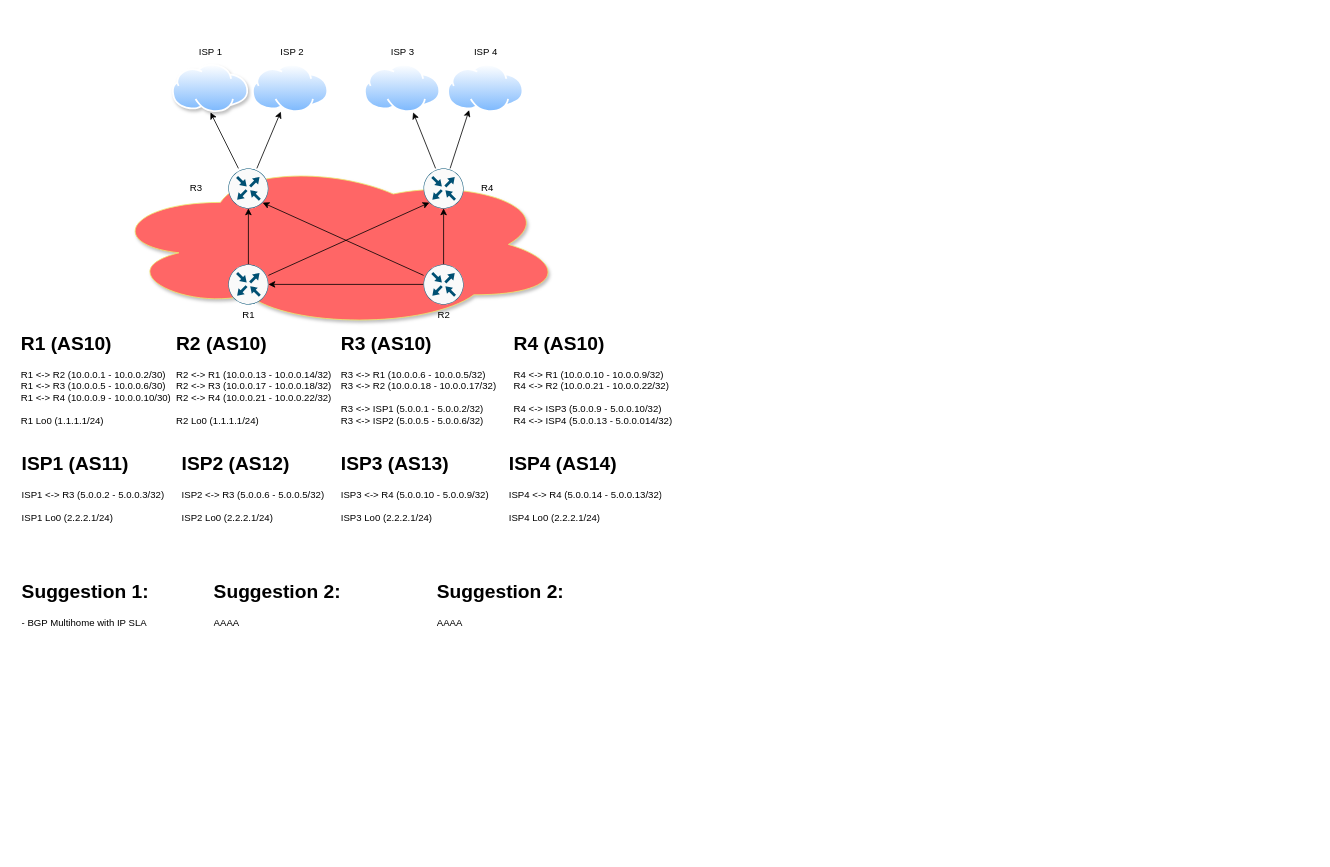
cianfi/solent_industrial_consulting keeps this draw.io diagram as runbook_POC.drawio. Above is the earlier version. Source tidied: cells renumbered, new cells numbered last; positions are measured from the earlier drawing's top-left corner, leaving out a move shared by most shapes. Both pictures are drawn from the tidied source at 80%, with x=0, y=0 at pixel (17, 40).
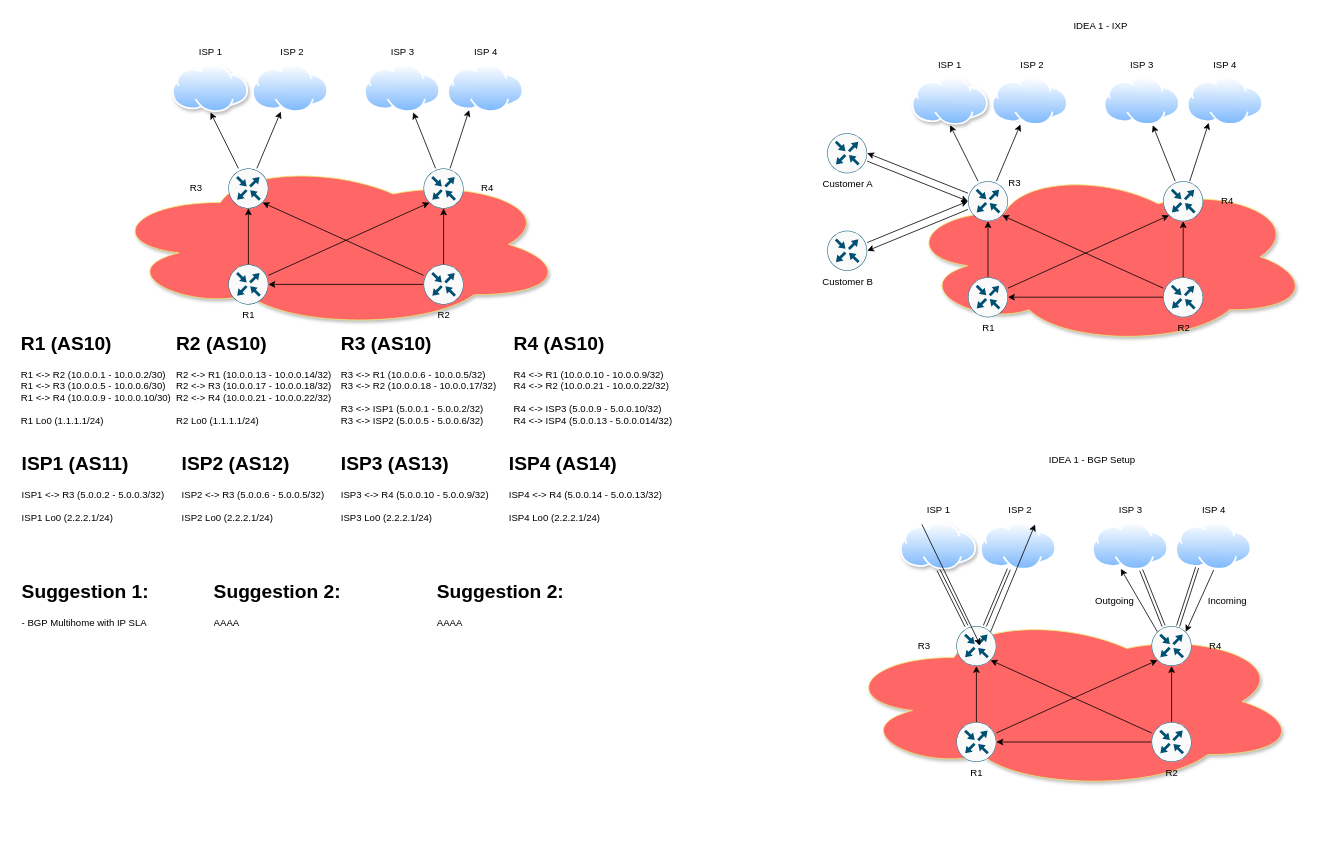
After the change.

Commit message (it also covers changes not shown here):
basic BGP cml instance

Change to the diagram source:
```diff
@@
+    <mxCell id="37" style="ellipse;shape=cloud;whiteSpace=wrap;html=1;shadow=1;strokeColor=#EDE96B;fillColor=#FF6666;" parent="1" vertex="1">
+      <mxGeometry x="1106.5" y="160" width="511" height="221" as="geometry" />
+    </mxCell>
@@
+    <mxCell id="38" style="edgeStyle=none;html=1;" parent="1" edge="1" source="42" target="44">
+      <mxGeometry relative="1" as="geometry" />
+    </mxCell>
+    <mxCell id="39" style="edgeStyle=none;html=1;entryX=0.5;entryY=1;entryDx=0;entryDy=0;" parent="1" edge="1" source="42" target="43">
+      <mxGeometry relative="1" as="geometry" />
+    </mxCell>
+    <mxCell id="40" style="edgeStyle=none;html=1;entryX=1;entryY=0.5;entryDx=0;entryDy=0;entryPerimeter=0;" parent="1" edge="1" source="42" target="90">
+      <mxGeometry relative="1" as="geometry" />
+    </mxCell>
+    <mxCell id="41" style="edgeStyle=none;html=1;entryX=1;entryY=0.5;entryDx=0;entryDy=0;entryPerimeter=0;" parent="1" edge="1" source="42" target="92">
+      <mxGeometry relative="1" as="geometry" />
+    </mxCell>
+    <mxCell id="42" style="sketch=0;points=[[0.5,0,0],[1,0.5,0],[0.5,1,0],[0,0.5,0],[0.145,0.145,0],[0.8555,0.145,0],[0.855,0.8555,0],[0.145,0.855,0]];verticalLabelPosition=bottom;html=1;verticalAlign=top;align=center;shape=mxgraph.cisco19.rect;prIcon=router;fillColor=#FAFAFA;strokeColor=#005073;" parent="1" vertex="1">
+      <mxGeometry x="1188.5" y="176" width="50" height="50" as="geometry" />
+    </mxCell>
+    <mxCell id="43" style="perimeter=ellipsePerimeter;html=1;align=center;shadow=1;dashed=0;spacingTop=3;image;image=img/lib/active_directory/internet_cloud.svg;fillColor=#1D030B;" parent="1" vertex="1">
+      <mxGeometry x="1118.5" y="46" width="95.2" height="60" as="geometry" />
+    </mxCell>
+    <mxCell id="44" style="perimeter=ellipsePerimeter;html=1;align=center;shadow=0;dashed=0;spacingTop=3;image;image=img/lib/active_directory/internet_cloud.svg;" parent="1" vertex="1">
+      <mxGeometry x="1218.5" y="46" width="95.2" height="60" as="geometry" />
+    </mxCell>
+    <mxCell id="45" style="perimeter=ellipsePerimeter;html=1;align=center;shadow=0;dashed=0;spacingTop=3;image;image=img/lib/active_directory/internet_cloud.svg;" parent="1" vertex="1">
+      <mxGeometry x="1358.5" y="46" width="95.2" height="60" as="geometry" />
+    </mxCell>
+    <mxCell id="46" style="perimeter=ellipsePerimeter;html=1;align=center;shadow=0;dashed=0;spacingTop=3;image;image=img/lib/active_directory/internet_cloud.svg;" parent="1" vertex="1">
+      <mxGeometry x="1462.5" y="46" width="95.2" height="60" as="geometry" />
+    </mxCell>
+    <mxCell id="47" style="edgeStyle=none;html=1;entryX=0.64;entryY=1;entryDx=0;entryDy=0;entryPerimeter=0;" parent="1" edge="1" source="49" target="45">
+      <mxGeometry relative="1" as="geometry" />
+    </mxCell>
+    <mxCell id="48" style="edgeStyle=none;html=1;entryX=0.25;entryY=1;entryDx=0;entryDy=0;" parent="1" edge="1" source="49" target="46">
+      <mxGeometry relative="1" as="geometry" />
+    </mxCell>
+    <mxCell id="49" style="sketch=0;points=[[0.5,0,0],[1,0.5,0],[0.5,1,0],[0,0.5,0],[0.145,0.145,0],[0.8555,0.145,0],[0.855,0.8555,0],[0.145,0.855,0]];verticalLabelPosition=bottom;html=1;verticalAlign=top;align=center;shape=mxgraph.cisco19.rect;prIcon=router;fillColor=#FAFAFA;strokeColor=#005073;" parent="1" vertex="1">
+      <mxGeometry x="1432.5" y="176" width="50" height="50" as="geometry" />
+    </mxCell>
+    <mxCell id="50" style="edgeStyle=none;html=1;" parent="1" edge="1" source="52" target="42">
+      <mxGeometry relative="1" as="geometry" />
+    </mxCell>
+    <mxCell id="51" style="edgeStyle=none;html=1;entryX=0.145;entryY=0.855;entryDx=0;entryDy=0;entryPerimeter=0;" parent="1" edge="1" source="52" target="49">
+      <mxGeometry relative="1" as="geometry" />
+    </mxCell>
+    <mxCell id="52" value="R1" style="sketch=0;points=[[0.5,0,0],[1,0.5,0],[0.5,1,0],[0,0.5,0],[0.145,0.145,0],[0.8555,0.145,0],[0.855,0.8555,0],[0.145,0.855,0]];verticalLabelPosition=bottom;html=1;verticalAlign=top;align=center;shape=mxgraph.cisco19.rect;prIcon=router;fillColor=#FAFAFA;strokeColor=#005073;" parent="1" vertex="1">
+      <mxGeometry x="1188.5" y="296" width="50" height="50" as="geometry" />
+    </mxCell>
+    <mxCell id="53" style="edgeStyle=none;html=1;" parent="1" edge="1" source="56" target="49">
+      <mxGeometry relative="1" as="geometry" />
+    </mxCell>
+    <mxCell id="54" style="edgeStyle=none;html=1;entryX=1;entryY=0.5;entryDx=0;entryDy=0;entryPerimeter=0;" parent="1" edge="1" source="56" target="52">
+      <mxGeometry relative="1" as="geometry" />
+    </mxCell>
+    <mxCell id="55" style="edgeStyle=none;html=1;entryX=0.855;entryY=0.8555;entryDx=0;entryDy=0;entryPerimeter=0;" parent="1" edge="1" source="56" target="42">
+      <mxGeometry relative="1" as="geometry" />
+    </mxCell>
+    <mxCell id="56" value="R2" style="sketch=0;points=[[0.5,0,0],[1,0.5,0],[0.5,1,0],[0,0.5,0],[0.145,0.145,0],[0.8555,0.145,0],[0.855,0.8555,0],[0.145,0.855,0]];verticalLabelPosition=bottom;html=1;verticalAlign=top;align=center;shape=mxgraph.cisco19.rect;prIcon=router;fillColor=#FAFAFA;strokeColor=#005073;" parent="1" vertex="1">
+      <mxGeometry x="1432.5" y="296" width="50" height="50" as="geometry" />
+    </mxCell>
+    <mxCell id="57" value="ISP 1&lt;br&gt;" style="text;html=1;strokeColor=none;fillColor=none;align=center;verticalAlign=middle;whiteSpace=wrap;rounded=0;" parent="1" vertex="1">
+      <mxGeometry x="1136.1" y="16" width="60" height="30" as="geometry" />
+    </mxCell>
+    <mxCell id="58" value="ISP 2" style="text;html=1;strokeColor=none;fillColor=none;align=center;verticalAlign=middle;whiteSpace=wrap;rounded=0;" parent="1" vertex="1">
+      <mxGeometry x="1238.5" y="16" width="60" height="30" as="geometry" />
+    </mxCell>
+    <mxCell id="59" value="ISP 3" style="text;html=1;strokeColor=none;fillColor=none;align=center;verticalAlign=middle;whiteSpace=wrap;rounded=0;" parent="1" vertex="1">
+      <mxGeometry x="1376.1" y="16" width="60" height="30" as="geometry" />
+    </mxCell>
+    <mxCell id="60" value="ISP 4" style="text;html=1;strokeColor=none;fillColor=none;align=center;verticalAlign=middle;whiteSpace=wrap;rounded=0;" parent="1" vertex="1">
+      <mxGeometry x="1480.1" y="16" width="60" height="30" as="geometry" />
+    </mxCell>
+    <mxCell id="61" value="R4" style="text;html=1;strokeColor=none;fillColor=none;align=center;verticalAlign=middle;whiteSpace=wrap;rounded=0;" parent="1" vertex="1">
+      <mxGeometry x="1482.5" y="186" width="60" height="30" as="geometry" />
+    </mxCell>
+    <mxCell id="62" value="R3" style="text;html=1;strokeColor=none;fillColor=none;align=center;verticalAlign=middle;whiteSpace=wrap;rounded=0;" parent="1" vertex="1">
+      <mxGeometry x="1217.1" y="163" width="60" height="30" as="geometry" />
+    </mxCell>
+    <mxCell id="63" style="ellipse;shape=cloud;whiteSpace=wrap;html=1;shadow=1;strokeColor=#EDE96B;fillColor=#FF6666;" parent="1" vertex="1">
+      <mxGeometry x="1027" y="716" width="576" height="221" as="geometry" />
+    </mxCell>
+    <mxCell id="64" style="edgeStyle=none;html=1;shape=link;" parent="1" edge="1" source="66" target="68">
+      <mxGeometry relative="1" as="geometry" />
+    </mxCell>
+    <mxCell id="65" style="edgeStyle=none;html=1;entryX=0.5;entryY=1;entryDx=0;entryDy=0;shape=link;" parent="1" edge="1" source="66" target="67">
+      <mxGeometry relative="1" as="geometry" />
+    </mxCell>
+    <mxCell id="66" style="sketch=0;points=[[0.5,0,0],[1,0.5,0],[0.5,1,0],[0,0.5,0],[0.145,0.145,0],[0.8555,0.145,0],[0.855,0.8555,0],[0.145,0.855,0]];verticalLabelPosition=bottom;html=1;verticalAlign=top;align=center;shape=mxgraph.cisco19.rect;prIcon=router;fillColor=#FAFAFA;strokeColor=#005073;" parent="1" vertex="1">
+      <mxGeometry x="1174" y="732" width="50" height="50" as="geometry" />
+    </mxCell>
+    <mxCell id="67" style="perimeter=ellipsePerimeter;html=1;align=center;shadow=1;dashed=0;spacingTop=3;image;image=img/lib/active_directory/internet_cloud.svg;fillColor=#1D030B;" parent="1" vertex="1">
+      <mxGeometry x="1104" y="602" width="95.2" height="60" as="geometry" />
+    </mxCell>
+    <mxCell id="68" style="perimeter=ellipsePerimeter;html=1;align=center;shadow=0;dashed=0;spacingTop=3;image;image=img/lib/active_directory/internet_cloud.svg;" parent="1" vertex="1">
+      <mxGeometry x="1204" y="602" width="95.2" height="60" as="geometry" />
+    </mxCell>
+    <mxCell id="69" style="perimeter=ellipsePerimeter;html=1;align=center;shadow=0;dashed=0;spacingTop=3;image;image=img/lib/active_directory/internet_cloud.svg;" parent="1" vertex="1">
+      <mxGeometry x="1344" y="602" width="95.2" height="60" as="geometry" />
+    </mxCell>
+    <mxCell id="70" style="edgeStyle=none;html=1;exitX=0.5;exitY=1;exitDx=0;exitDy=0;entryX=0.8555;entryY=0.145;entryDx=0;entryDy=0;entryPerimeter=0;" parent="1" edge="1" source="71" target="75">
+      <mxGeometry relative="1" as="geometry" />
+    </mxCell>
+    <mxCell id="71" style="perimeter=ellipsePerimeter;html=1;align=center;shadow=0;dashed=0;spacingTop=3;image;image=img/lib/active_directory/internet_cloud.svg;" parent="1" vertex="1">
+      <mxGeometry x="1448" y="602" width="95.2" height="60" as="geometry" />
+    </mxCell>
+    <mxCell id="72" style="edgeStyle=none;html=1;entryX=0.64;entryY=1;entryDx=0;entryDy=0;entryPerimeter=0;shape=link;" parent="1" edge="1" source="75" target="69">
+      <mxGeometry relative="1" as="geometry" />
+    </mxCell>
+    <mxCell id="73" style="edgeStyle=none;html=1;entryX=0.25;entryY=1;entryDx=0;entryDy=0;shape=link;" parent="1" edge="1" source="75" target="71">
+      <mxGeometry relative="1" as="geometry" />
+    </mxCell>
+    <mxCell id="74" style="edgeStyle=none;html=1;exitX=0.145;exitY=0.145;exitDx=0;exitDy=0;exitPerimeter=0;entryX=0.373;entryY=0.976;entryDx=0;entryDy=0;entryPerimeter=0;" parent="1" edge="1" source="75" target="69">
+      <mxGeometry relative="1" as="geometry" />
+    </mxCell>
+    <mxCell id="75" style="sketch=0;points=[[0.5,0,0],[1,0.5,0],[0.5,1,0],[0,0.5,0],[0.145,0.145,0],[0.8555,0.145,0],[0.855,0.8555,0],[0.145,0.855,0]];verticalLabelPosition=bottom;html=1;verticalAlign=top;align=center;shape=mxgraph.cisco19.rect;prIcon=router;fillColor=#FAFAFA;strokeColor=#005073;" parent="1" vertex="1">
+      <mxGeometry x="1418" y="732" width="50" height="50" as="geometry" />
+    </mxCell>
+    <mxCell id="76" style="edgeStyle=none;html=1;" parent="1" edge="1" source="78" target="66">
+      <mxGeometry relative="1" as="geometry" />
+    </mxCell>
+    <mxCell id="77" style="edgeStyle=none;html=1;entryX=0.145;entryY=0.855;entryDx=0;entryDy=0;entryPerimeter=0;" parent="1" edge="1" source="78" target="75">
+      <mxGeometry relative="1" as="geometry" />
+    </mxCell>
+    <mxCell id="78" value="R1" style="sketch=0;points=[[0.5,0,0],[1,0.5,0],[0.5,1,0],[0,0.5,0],[0.145,0.145,0],[0.8555,0.145,0],[0.855,0.8555,0],[0.145,0.855,0]];verticalLabelPosition=bottom;html=1;verticalAlign=top;align=center;shape=mxgraph.cisco19.rect;prIcon=router;fillColor=#FAFAFA;strokeColor=#005073;" parent="1" vertex="1">
+      <mxGeometry x="1174" y="852" width="50" height="50" as="geometry" />
+    </mxCell>
+    <mxCell id="79" style="edgeStyle=none;html=1;" parent="1" edge="1" source="82" target="75">
+      <mxGeometry relative="1" as="geometry" />
+    </mxCell>
+    <mxCell id="80" style="edgeStyle=none;html=1;entryX=1;entryY=0.5;entryDx=0;entryDy=0;entryPerimeter=0;" parent="1" edge="1" source="82" target="78">
+      <mxGeometry relative="1" as="geometry" />
+    </mxCell>
+    <mxCell id="81" style="edgeStyle=none;html=1;entryX=0.855;entryY=0.8555;entryDx=0;entryDy=0;entryPerimeter=0;" parent="1" edge="1" source="82" target="66">
+      <mxGeometry relative="1" as="geometry" />
+    </mxCell>
+    <mxCell id="82" value="R2" style="sketch=0;points=[[0.5,0,0],[1,0.5,0],[0.5,1,0],[0,0.5,0],[0.145,0.145,0],[0.8555,0.145,0],[0.855,0.8555,0],[0.145,0.855,0]];verticalLabelPosition=bottom;html=1;verticalAlign=top;align=center;shape=mxgraph.cisco19.rect;prIcon=router;fillColor=#FAFAFA;strokeColor=#005073;" parent="1" vertex="1">
+      <mxGeometry x="1418" y="852" width="50" height="50" as="geometry" />
+    </mxCell>
+    <mxCell id="83" value="ISP 1&lt;br&gt;" style="text;html=1;strokeColor=none;fillColor=none;align=center;verticalAlign=middle;whiteSpace=wrap;rounded=0;" parent="1" vertex="1">
+      <mxGeometry x="1121.6" y="572" width="60" height="30" as="geometry" />
+    </mxCell>
+    <mxCell id="84" value="ISP 2" style="text;html=1;strokeColor=none;fillColor=none;align=center;verticalAlign=middle;whiteSpace=wrap;rounded=0;" parent="1" vertex="1">
+      <mxGeometry x="1224" y="572" width="60" height="30" as="geometry" />
+    </mxCell>
+    <mxCell id="85" value="ISP 3" style="text;html=1;strokeColor=none;fillColor=none;align=center;verticalAlign=middle;whiteSpace=wrap;rounded=0;" parent="1" vertex="1">
+      <mxGeometry x="1361.6" y="572" width="60" height="30" as="geometry" />
+    </mxCell>
+    <mxCell id="86" value="ISP 4" style="text;html=1;strokeColor=none;fillColor=none;align=center;verticalAlign=middle;whiteSpace=wrap;rounded=0;" parent="1" vertex="1">
+      <mxGeometry x="1465.6" y="572" width="60" height="30" as="geometry" />
+    </mxCell>
+    <mxCell id="87" value="R4" style="text;html=1;strokeColor=none;fillColor=none;align=center;verticalAlign=middle;whiteSpace=wrap;rounded=0;" parent="1" vertex="1">
+      <mxGeometry x="1468" y="742" width="60" height="30" as="geometry" />
+    </mxCell>
+    <mxCell id="88" value="R3" style="text;html=1;strokeColor=none;fillColor=none;align=center;verticalAlign=middle;whiteSpace=wrap;rounded=0;" parent="1" vertex="1">
+      <mxGeometry x="1104" y="742" width="60" height="30" as="geometry" />
+    </mxCell>
+    <mxCell id="89" style="edgeStyle=none;html=1;entryX=0;entryY=0.5;entryDx=0;entryDy=0;entryPerimeter=0;" parent="1" edge="1" source="90" target="42">
+      <mxGeometry relative="1" as="geometry" />
+    </mxCell>
+    <mxCell id="90" value="Customer A" style="sketch=0;points=[[0.5,0,0],[1,0.5,0],[0.5,1,0],[0,0.5,0],[0.145,0.145,0],[0.8555,0.145,0],[0.855,0.8555,0],[0.145,0.855,0]];verticalLabelPosition=bottom;html=1;verticalAlign=top;align=center;shape=mxgraph.cisco19.rect;prIcon=router;fillColor=#FAFAFA;strokeColor=#005073;" parent="1" vertex="1">
+      <mxGeometry x="1012.5" y="116" width="50" height="50" as="geometry" />
+    </mxCell>
+    <mxCell id="91" style="edgeStyle=none;html=1;entryX=0;entryY=0.5;entryDx=0;entryDy=0;entryPerimeter=0;" parent="1" edge="1" source="92" target="42">
+      <mxGeometry relative="1" as="geometry" />
+    </mxCell>
+    <mxCell id="92" value="Customer B" style="sketch=0;points=[[0.5,0,0],[1,0.5,0],[0.5,1,0],[0,0.5,0],[0.145,0.145,0],[0.8555,0.145,0],[0.855,0.8555,0],[0.145,0.855,0]];verticalLabelPosition=bottom;html=1;verticalAlign=top;align=center;shape=mxgraph.cisco19.rect;prIcon=router;fillColor=#FAFAFA;strokeColor=#005073;" parent="1" vertex="1">
+      <mxGeometry x="1012.5" y="238" width="50" height="50" as="geometry" />
+    </mxCell>
+    <mxCell id="93" value="Outgoing" style="text;html=1;strokeColor=none;fillColor=none;align=center;verticalAlign=middle;whiteSpace=wrap;rounded=0;" parent="1" vertex="1">
+      <mxGeometry x="1342.2" y="686" width="60" height="30" as="geometry" />
+    </mxCell>
+    <mxCell id="94" value="Incoming" style="text;html=1;strokeColor=none;fillColor=none;align=center;verticalAlign=middle;whiteSpace=wrap;rounded=0;" parent="1" vertex="1">
+      <mxGeometry x="1483.2" y="686" width="60" height="30" as="geometry" />
+    </mxCell>
+    <mxCell id="95" style="edgeStyle=none;html=1;exitX=0.25;exitY=0;exitDx=0;exitDy=0;entryX=0.596;entryY=0.48;entryDx=0;entryDy=0;entryPerimeter=0;fillColor=light-dark(transparent,#FF0C0C);strokeColor=light-dark(#000000,#FF0F07);" parent="1" edge="1" source="67" target="66">
+      <mxGeometry relative="1" as="geometry" />
+    </mxCell>
+    <mxCell id="96" style="edgeStyle=none;html=1;exitX=0.8555;exitY=0.145;exitDx=0;exitDy=0;exitPerimeter=0;entryX=0.75;entryY=0;entryDx=0;entryDy=0;strokeColor=light-dark(#000000,#FF0000);" parent="1" edge="1" source="66" target="68">
+      <mxGeometry relative="1" as="geometry" />
+    </mxCell>
+    <mxCell id="97" value="IDEA 1 - IXP" style="text;html=1;align=center;verticalAlign=middle;whiteSpace=wrap;rounded=0;" parent="1" vertex="1">
+      <mxGeometry x="1290.7" y="-33" width="127.3" height="30" as="geometry" />
+    </mxCell>
+    <mxCell id="98" value="IDEA 1 - BGP Setup" style="text;html=1;align=center;verticalAlign=middle;whiteSpace=wrap;rounded=0;" parent="1" vertex="1">
+      <mxGeometry x="1262.6" y="510" width="162.3" height="30" as="geometry" />
+    </mxCell>
```
